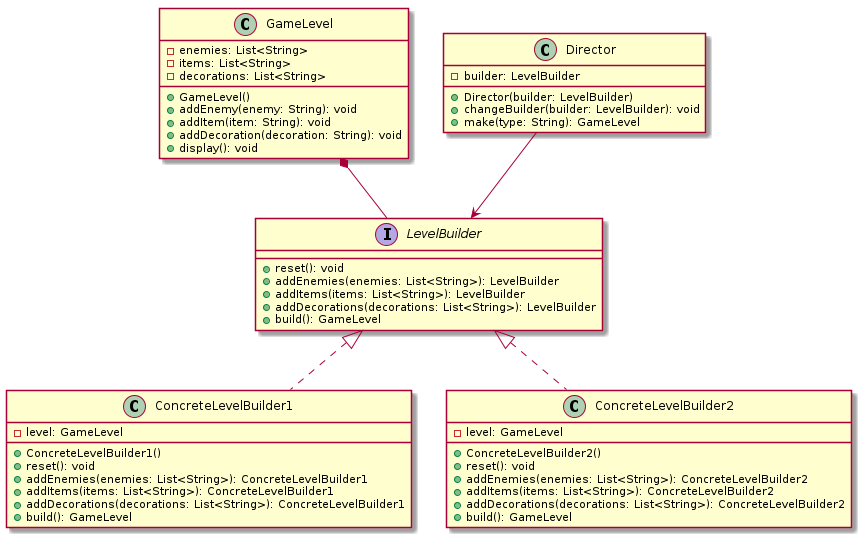
This is UML/Builder/level.builder.png from project-survivor/documentation, a PlantUML export, as it was before one commit. Source of this version:
```plantuml
@startuml
hide footbox




class GameLevel {
    -enemies: List<String>
    -items: List<String>
    -decorations: List<String>
    +GameLevel()
    +addEnemy(enemy: String): void
    +addItem(item: String): void
    +addDecoration(decoration: String): void
    +display(): void
}

interface LevelBuilder {
    +reset(): void
    +addEnemies(enemies: List<String>): LevelBuilder
    +addItems(items: List<String>): LevelBuilder
    +addDecorations(decorations: List<String>): LevelBuilder
    +build(): GameLevel
}

class ConcreteLevelBuilder1 {
    -level: GameLevel
    +ConcreteLevelBuilder1()
    +reset(): void
    +addEnemies(enemies: List<String>): ConcreteLevelBuilder1
    +addItems(items: List<String>): ConcreteLevelBuilder1
    +addDecorations(decorations: List<String>): ConcreteLevelBuilder1
    +build(): GameLevel
}

class ConcreteLevelBuilder2 {
    -level: GameLevel
    +ConcreteLevelBuilder2()
    +reset(): void
    +addEnemies(enemies: List<String>): ConcreteLevelBuilder2
    +addItems(items: List<String>): ConcreteLevelBuilder2
    +addDecorations(decorations: List<String>): ConcreteLevelBuilder2
    +build(): GameLevel
}

class Director {
    -builder: LevelBuilder
    +Director(builder: LevelBuilder)
    +changeBuilder(builder: LevelBuilder): void
    +make(type: String): GameLevel
}

GameLevel *-- LevelBuilder
LevelBuilder <|.. ConcreteLevelBuilder1
LevelBuilder <|.. ConcreteLevelBuilder2
Director --> LevelBuilder



@enduml
```
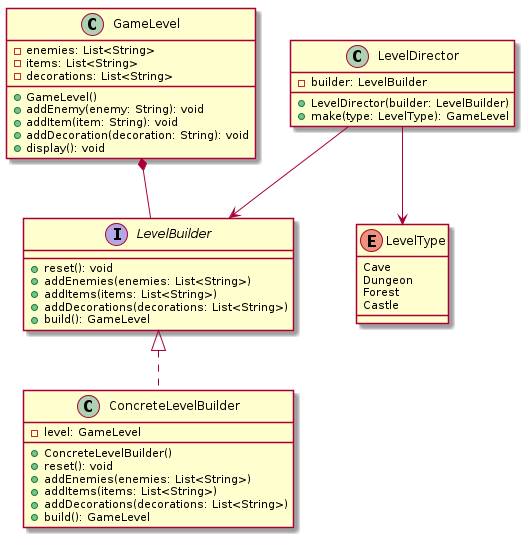
The same file after the commit.

What changed in the source:
```diff
@@ -1,8 +1,5 @@
 @startuml
 hide footbox
-
-
-
 
 class GameLevel {
     -enemies: List<String>
@@ -17,44 +14,40 @@
 
 interface LevelBuilder {
     +reset(): void
-    +addEnemies(enemies: List<String>): LevelBuilder
-    +addItems(items: List<String>): LevelBuilder
-    +addDecorations(decorations: List<String>): LevelBuilder
+    +addEnemies(enemies: List<String>)
+    +addItems(items: List<String>)
+    +addDecorations(decorations: List<String>)
     +build(): GameLevel
 }
 
-class ConcreteLevelBuilder1 {
+class ConcreteLevelBuilder {
     -level: GameLevel
-    +ConcreteLevelBuilder1()
+    +ConcreteLevelBuilder()
     +reset(): void
-    +addEnemies(enemies: List<String>): ConcreteLevelBuilder1
-    +addItems(items: List<String>): ConcreteLevelBuilder1
-    +addDecorations(decorations: List<String>): ConcreteLevelBuilder1
+    +addEnemies(enemies: List<String>)
+    +addItems(items: List<String>)
+    +addDecorations(decorations: List<String>)
     +build(): GameLevel
 }
 
-class ConcreteLevelBuilder2 {
-    -level: GameLevel
-    +ConcreteLevelBuilder2()
-    +reset(): void
-    +addEnemies(enemies: List<String>): ConcreteLevelBuilder2
-    +addItems(items: List<String>): ConcreteLevelBuilder2
-    +addDecorations(decorations: List<String>): ConcreteLevelBuilder2
-    +build(): GameLevel
+class LevelDirector {
+    -builder: LevelBuilder
+    +LevelDirector(builder: LevelBuilder)
+    +make(type: LevelType): GameLevel
 }
 
-class Director {
-    -builder: LevelBuilder
-    +Director(builder: LevelBuilder)
-    +changeBuilder(builder: LevelBuilder): void
-    +make(type: String): GameLevel
+enum LevelType {
+    Cave
+    Dungeon
+    Forest
+    Castle
 }
 
-GameLevel *-- LevelBuilder
-LevelBuilder <|.. ConcreteLevelBuilder1
-LevelBuilder <|.. ConcreteLevelBuilder2
-Director --> LevelBuilder
+LevelDirector --> LevelType
 
 
+GameLevel *-- LevelBuilder
+LevelBuilder <|.. ConcreteLevelBuilder
+LevelDirector --> LevelBuilder
 
 @enduml
```
